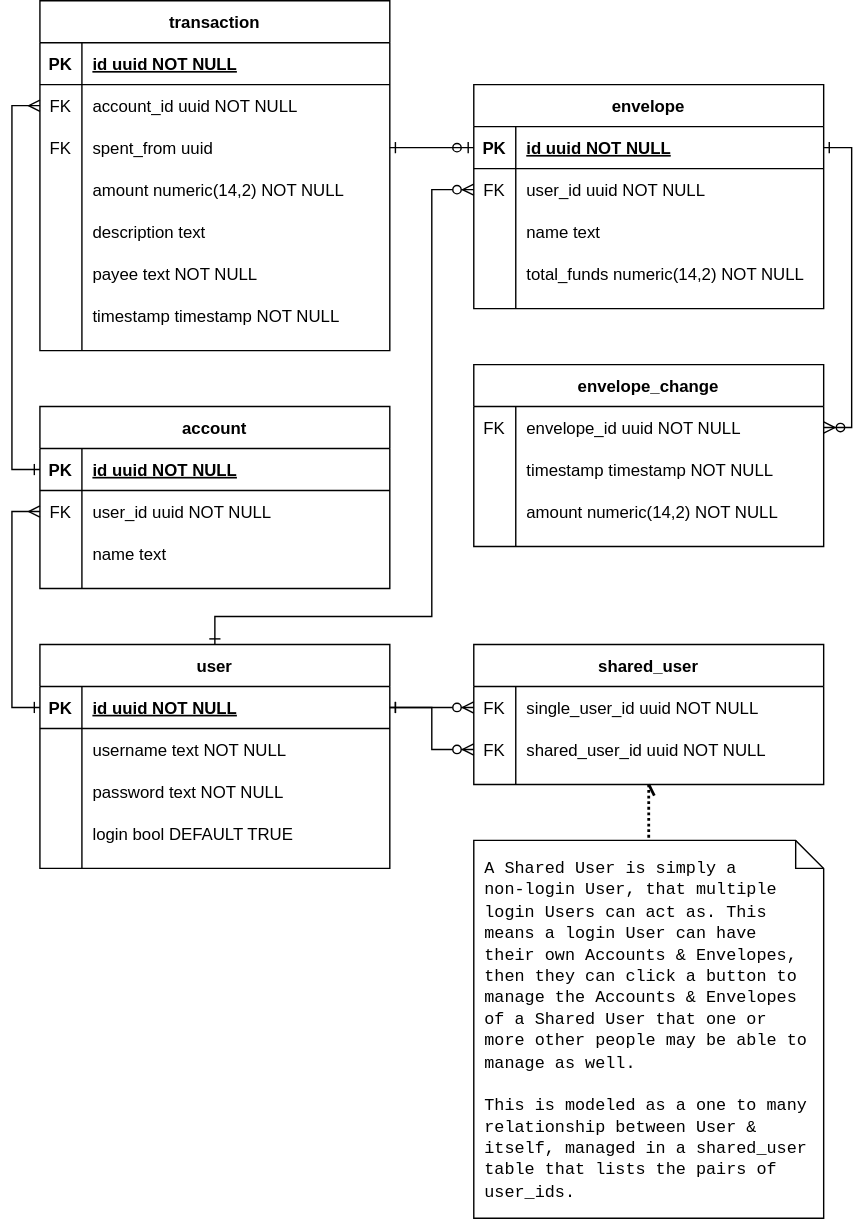
Above: data-er.svg in andrew-chang-dewitt/hoops-api (draw.io), before the change. Source tidied: cells renumbered, new cells last; positions are measured from the earlier drawing's top-left corner, leaving out a move shared by most shapes.
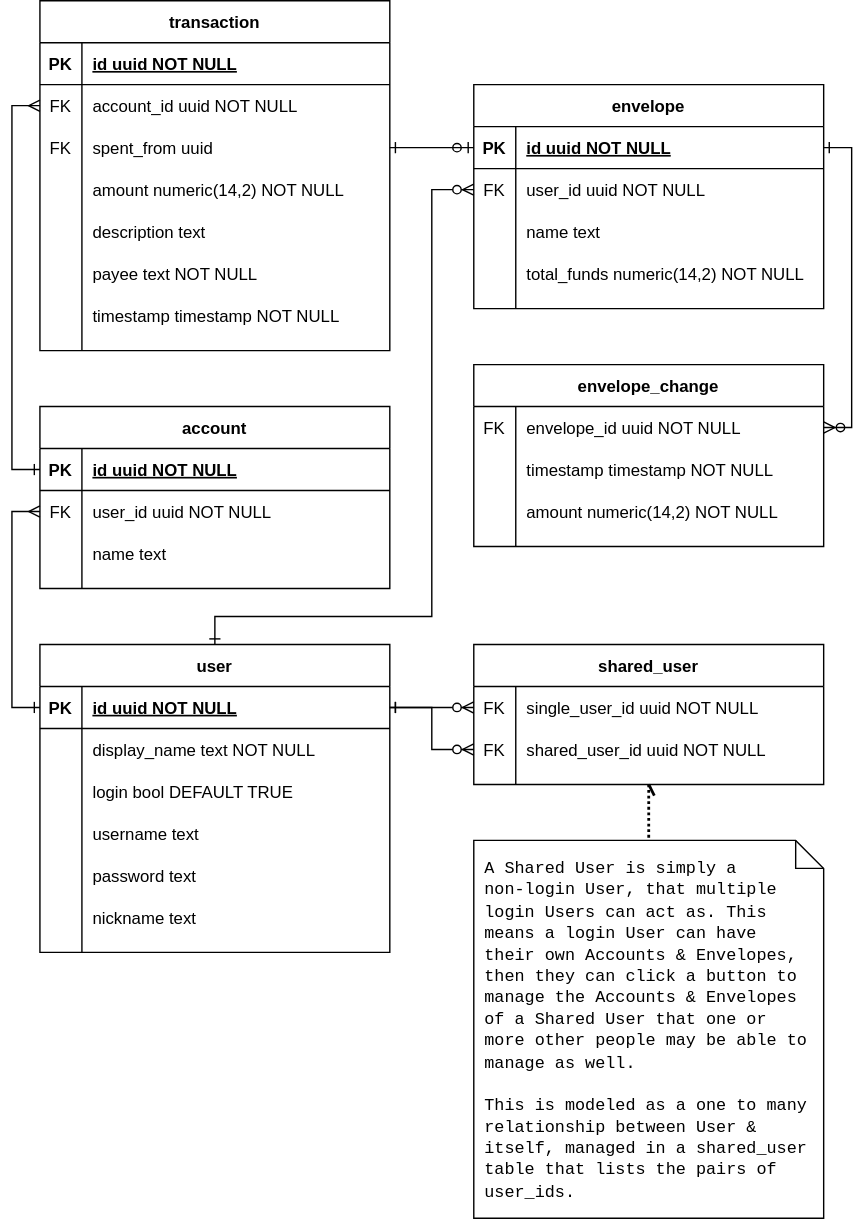
After the commit.

Commit message:
Correct user to not require username & password.

What changed in the source:
```diff
@@ -102,7 +102,7 @@
       <mxGeometry relative="1" as="geometry" />
     </mxCell>
     <mxCell id="35" value="user" style="shape=table;startSize=30;rowLines=0;fontStyle=1;align=center;fillColor=none;strokeColor=default;fontColor=default;" parent="1" vertex="1">
-      <mxGeometry x="20" y="460" width="250" height="160" as="geometry" />
+      <mxGeometry x="20" y="460" width="250" height="220" as="geometry" />
     </mxCell>
     <mxCell id="36" style="shape=partialRectangle;fillColor=none;points=[[0,0.5],[1,0.5]];portConstraint=eastwest;top=0;left=0;right=0;bottom=1;strokeColor=default;fontColor=default;" parent="35" vertex="1">
       <mxGeometry y="30" width="250" height="30" as="geometry" />
@@ -113,33 +113,51 @@
     <mxCell id="38" value="id uuid NOT NULL " style="shape=partialRectangle;overflow=hidden;fillColor=none;top=0;left=0;bottom=0;right=0;align=left;spacingLeft=6;fontStyle=5;strokeColor=default;fontColor=default;" parent="36" vertex="1">
       <mxGeometry x="30" width="220" height="30" as="geometry" />
     </mxCell>
+    <mxCell id="86" style="shape=partialRectangle;fillColor=none;top=0;left=0;right=0;bottom=0;strokeColor=default;fontColor=default;" parent="35" vertex="1">
+      <mxGeometry y="60" width="250" height="30" as="geometry" />
+    </mxCell>
+    <mxCell id="87" style="shape=partialRectangle;overflow=hidden;fillColor=none;top=0;left=0;bottom=0;right=0;strokeColor=default;fontColor=default;" parent="86" vertex="1">
+      <mxGeometry width="30" height="30" as="geometry" />
+    </mxCell>
+    <mxCell id="88" value="display_name text NOT NULL" style="shape=partialRectangle;overflow=hidden;fillColor=none;top=0;left=0;bottom=0;right=0;align=left;spacingLeft=6;strokeColor=default;fontColor=default;" parent="86" vertex="1">
+      <mxGeometry x="30" width="220" height="30" as="geometry" />
+    </mxCell>
+    <mxCell id="45" style="shape=partialRectangle;fillColor=none;top=0;left=0;right=0;bottom=0;strokeColor=default;fontColor=default;" parent="35" vertex="1">
+      <mxGeometry y="90" width="250" height="30" as="geometry" />
+    </mxCell>
+    <mxCell id="46" style="shape=partialRectangle;overflow=hidden;fillColor=none;top=0;left=0;bottom=0;right=0;strokeColor=default;fontColor=default;" parent="45" vertex="1">
+      <mxGeometry width="30" height="30" as="geometry" />
+    </mxCell>
+    <mxCell id="47" value="login bool DEFAULT TRUE" style="shape=partialRectangle;overflow=hidden;fillColor=none;top=0;left=0;bottom=0;right=0;align=left;spacingLeft=6;strokeColor=default;fontColor=default;" parent="45" vertex="1">
+      <mxGeometry x="30" width="220" height="30" as="geometry" />
+    </mxCell>
     <mxCell id="39" style="shape=partialRectangle;fillColor=none;top=0;left=0;right=0;bottom=0;strokeColor=default;fontColor=default;" parent="35" vertex="1">
-      <mxGeometry y="60" width="250" height="30" as="geometry" />
+      <mxGeometry y="120" width="250" height="30" as="geometry" />
     </mxCell>
     <mxCell id="40" style="shape=partialRectangle;overflow=hidden;fillColor=none;top=0;left=0;bottom=0;right=0;strokeColor=default;fontColor=default;" parent="39" vertex="1">
       <mxGeometry width="30" height="30" as="geometry" />
     </mxCell>
-    <mxCell id="41" value="username text NOT NULL" style="shape=partialRectangle;overflow=hidden;fillColor=none;top=0;left=0;bottom=0;right=0;align=left;spacingLeft=6;strokeColor=default;fontColor=default;" parent="39" vertex="1">
+    <mxCell id="41" value="username text" style="shape=partialRectangle;overflow=hidden;fillColor=none;top=0;left=0;bottom=0;right=0;align=left;spacingLeft=6;strokeColor=default;fontColor=default;" parent="39" vertex="1">
       <mxGeometry x="30" width="220" height="30" as="geometry" />
     </mxCell>
     <mxCell id="42" style="shape=partialRectangle;fillColor=none;top=0;left=0;right=0;bottom=0;strokeColor=default;fontColor=default;" parent="35" vertex="1">
-      <mxGeometry y="90" width="250" height="30" as="geometry" />
+      <mxGeometry y="150" width="250" height="30" as="geometry" />
     </mxCell>
     <mxCell id="43" style="shape=partialRectangle;overflow=hidden;fillColor=none;top=0;left=0;bottom=0;right=0;strokeColor=default;fontColor=default;" parent="42" vertex="1">
       <mxGeometry width="30" height="30" as="geometry" />
     </mxCell>
-    <mxCell id="44" value="password text NOT NULL" style="shape=partialRectangle;overflow=hidden;fillColor=none;top=0;left=0;bottom=0;right=0;align=left;spacingLeft=6;strokeColor=default;fontColor=default;" parent="42" vertex="1">
+    <mxCell id="44" value="password text" style="shape=partialRectangle;overflow=hidden;fillColor=none;top=0;left=0;bottom=0;right=0;align=left;spacingLeft=6;strokeColor=default;fontColor=default;" parent="42" vertex="1">
       <mxGeometry x="30" width="220" height="30" as="geometry" />
     </mxCell>
-    <mxCell id="45" style="shape=partialRectangle;fillColor=none;top=0;left=0;right=0;bottom=0;strokeColor=default;fontColor=default;" parent="35" vertex="1">
-      <mxGeometry y="120" width="250" height="30" as="geometry" />
-    </mxCell>
-    <mxCell id="46" style="shape=partialRectangle;overflow=hidden;fillColor=none;top=0;left=0;bottom=0;right=0;strokeColor=default;fontColor=default;" parent="45" vertex="1">
-      <mxGeometry width="30" height="30" as="geometry" />
-    </mxCell>
-    <mxCell id="47" value="login bool DEFAULT TRUE" style="shape=partialRectangle;overflow=hidden;fillColor=none;top=0;left=0;bottom=0;right=0;align=left;spacingLeft=6;strokeColor=default;fontColor=default;" parent="45" vertex="1">
-      <mxGeometry x="30" width="220" height="30" as="geometry" />
-    </mxCell>
+    <mxCell id="89" style="shape=partialRectangle;fillColor=none;top=0;left=0;right=0;bottom=0;strokeColor=default;fontColor=default;" parent="35" vertex="1">
+      <mxGeometry y="180" width="250" height="30" as="geometry" />
+    </mxCell>
+    <mxCell id="90" style="shape=partialRectangle;overflow=hidden;fillColor=none;top=0;left=0;bottom=0;right=0;strokeColor=default;fontColor=default;" parent="89" vertex="1">
+      <mxGeometry width="30" height="30" as="geometry" />
+    </mxCell>
+    <mxCell id="91" value="nickname text" style="shape=partialRectangle;overflow=hidden;fillColor=none;top=0;left=0;bottom=0;right=0;align=left;spacingLeft=6;strokeColor=default;fontColor=default;" parent="89" vertex="1">
+      <mxGeometry x="30" width="220" height="30" as="geometry" />
+    </mxCell>
     <mxCell id="48" style="edgeStyle=orthogonalEdgeStyle;rounded=0;jettySize=auto;html=1;entryX=0;entryY=0.5;entryDx=0;entryDy=0;labelBackgroundColor=default;fontColor=default;endArrow=ERmany;endFill=0;strokeColor=default;startArrow=ERone;startFill=0;exitX=0;exitY=0.5;exitDx=0;exitDy=0;" parent="1" edge="1" source="36" target="6">
       <mxGeometry relative="1" as="geometry">
         <Array as="points">
```
